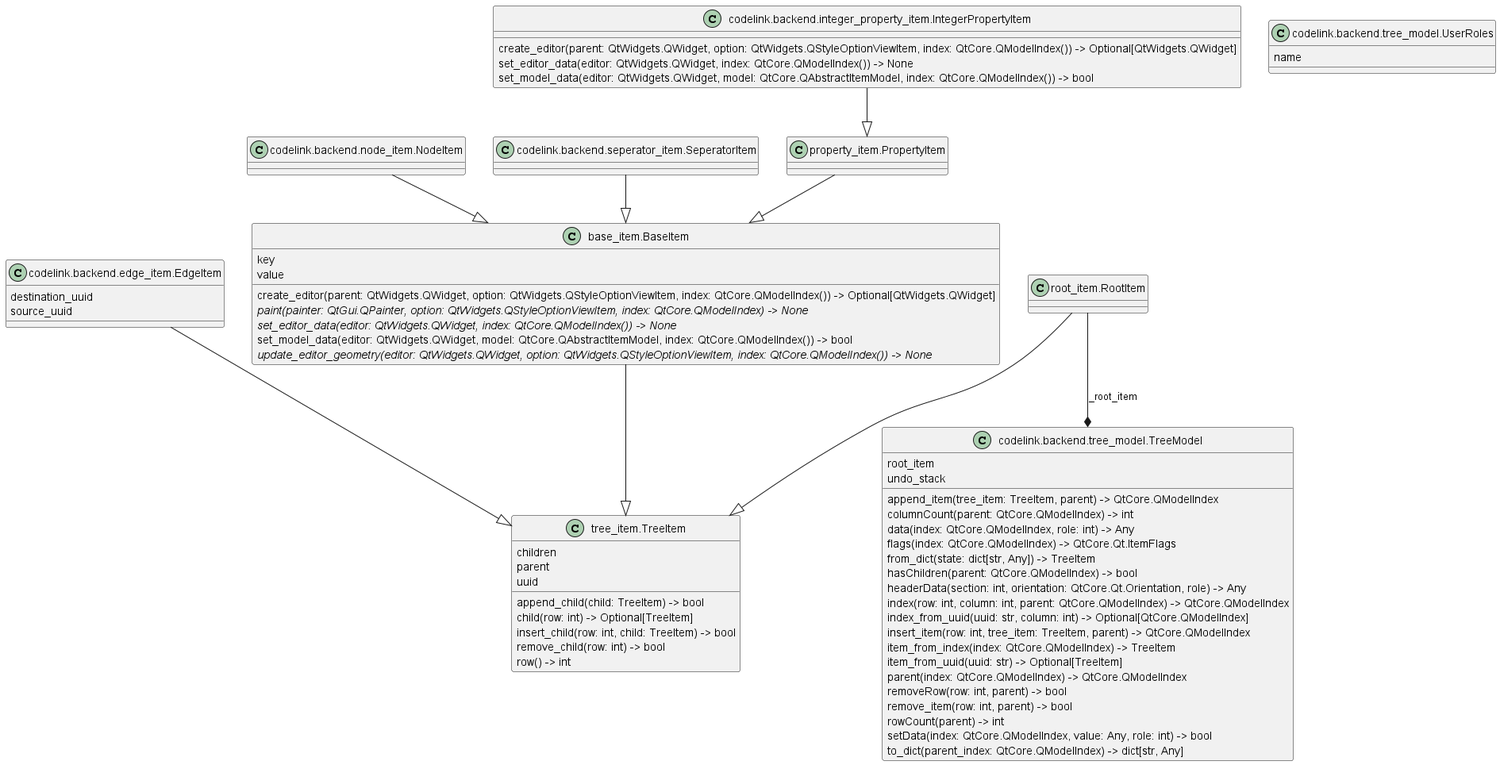
Earlier version of the PlantUML export img/backend_classes.png (j8sr0230/codelink).
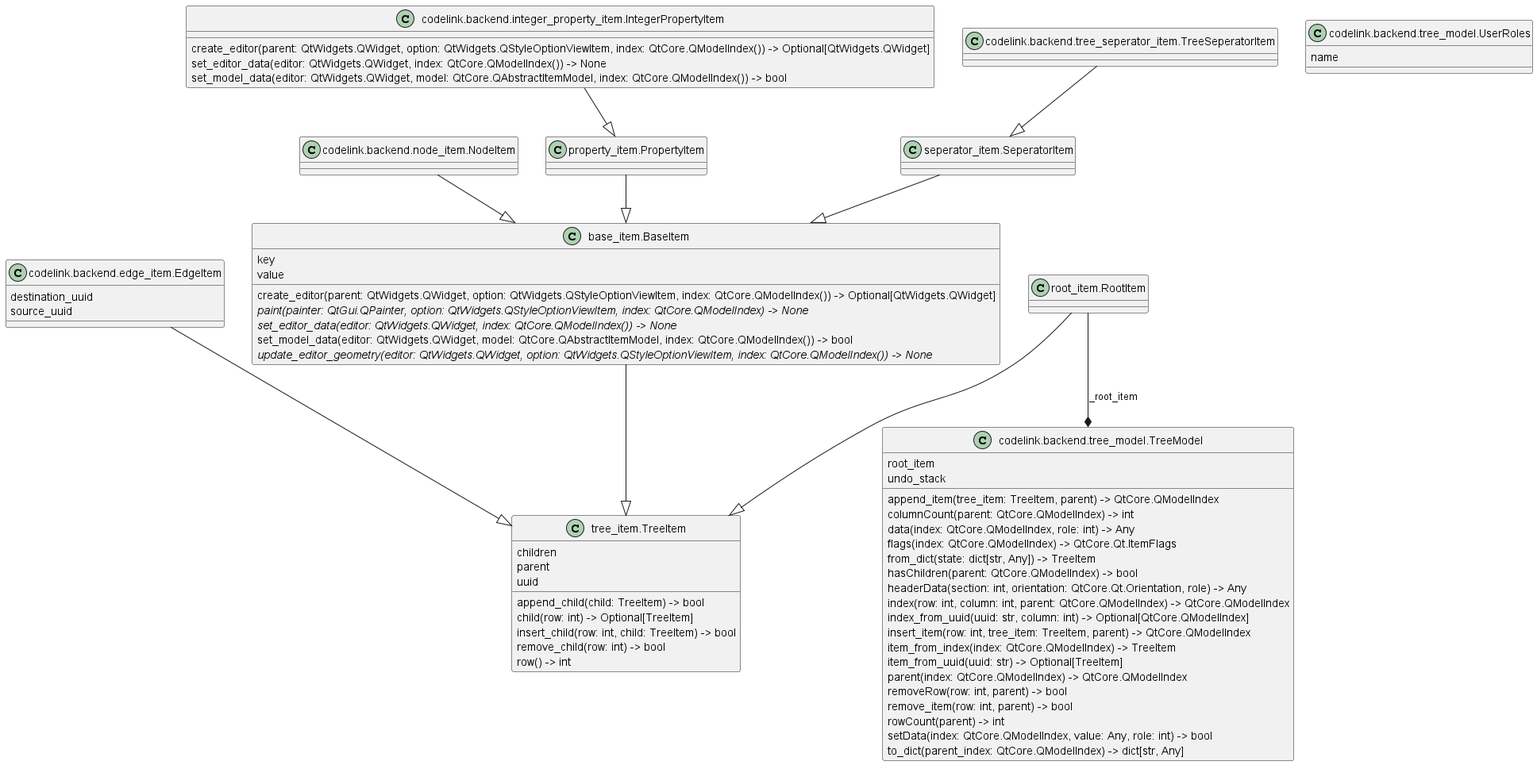
After the change.

What changed in the source:
```diff
@@ -19,8 +19,6 @@
   set_model_data(editor: QtWidgets.QWidget, model: QtCore.QAbstractItemModel, index: QtCore.QModelIndex()) -> bool
 }
 class "codelink.backend.node_item.NodeItem" as codelink.backend.node_item.NodeItem {
-}
-class "codelink.backend.seperator_item.SeperatorItem" as codelink.backend.seperator_item.SeperatorItem {
 }
 class "codelink.backend.tree_model.TreeModel" as codelink.backend.tree_model.TreeModel {
   root_item
@@ -47,9 +45,13 @@
 class "codelink.backend.tree_model.UserRoles" as codelink.backend.tree_model.UserRoles {
   name
 }
+class "codelink.backend.tree_seperator_item.TreeSeperatorItem" as codelink.backend.tree_seperator_item.TreeSeperatorItem {
+}
 class "property_item.PropertyItem" as property_item.PropertyItem {
 }
 class "root_item.RootItem" as root_item.RootItem {
+}
+class "seperator_item.SeperatorItem" as seperator_item.SeperatorItem {
 }
 class "tree_item.TreeItem" as tree_item.TreeItem {
   children
@@ -65,8 +67,9 @@
 codelink.backend.edge_item.EdgeItem --|> tree_item.TreeItem
 codelink.backend.integer_property_item.IntegerPropertyItem --|> property_item.PropertyItem
 codelink.backend.node_item.NodeItem --|> base_item.BaseItem
-codelink.backend.seperator_item.SeperatorItem --|> base_item.BaseItem
+codelink.backend.tree_seperator_item.TreeSeperatorItem --|> seperator_item.SeperatorItem
 property_item.PropertyItem --|> base_item.BaseItem
 root_item.RootItem --|> tree_item.TreeItem
+seperator_item.SeperatorItem --|> base_item.BaseItem
 root_item.RootItem --* codelink.backend.tree_model.TreeModel : _root_item
 @enduml
```
